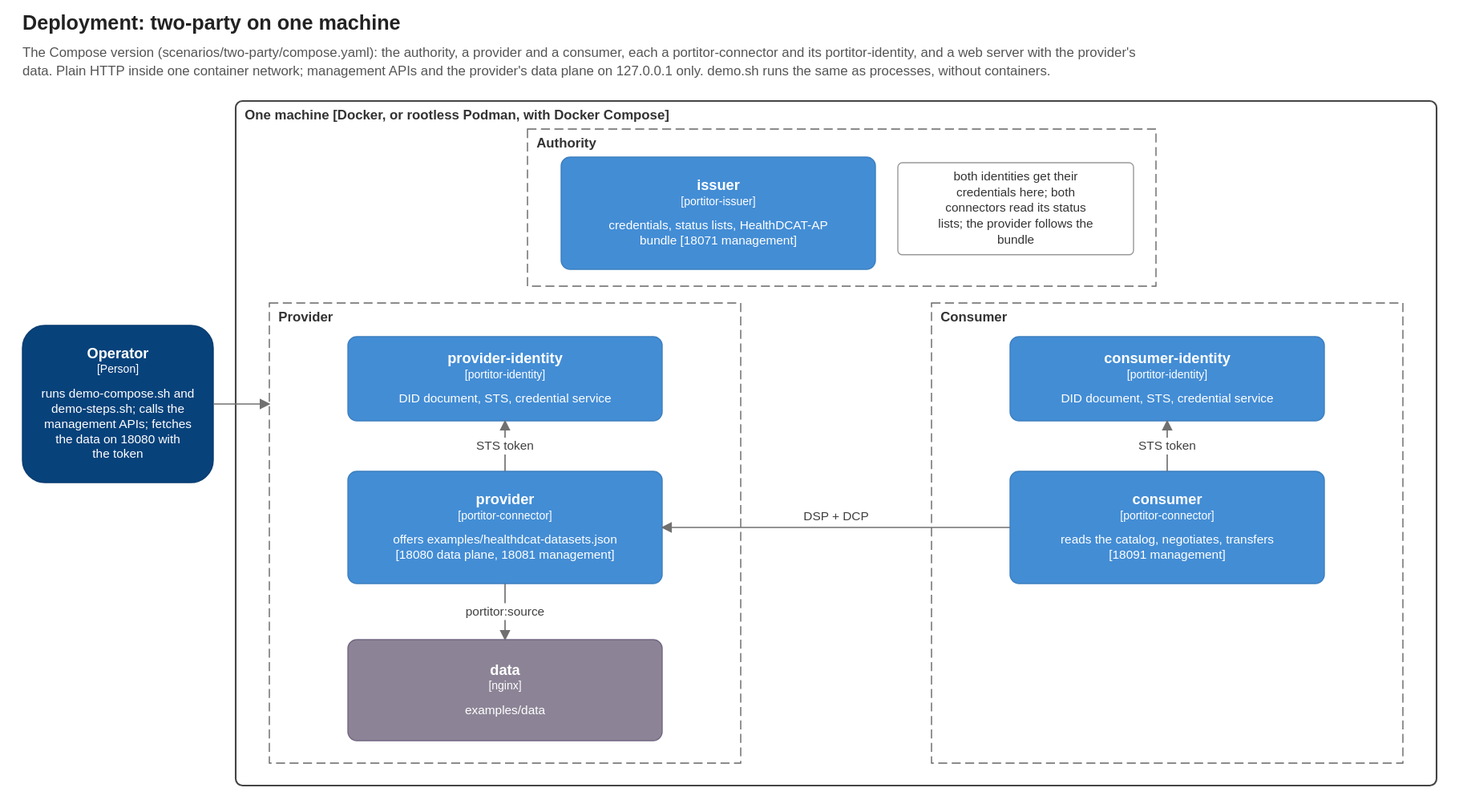
The draw.io diagram scenarios/two-party/diagrams/deployment.drawio.svg in brunopacheco1/portitor, before a commit. Source tidied: cells renumbered, new cells last; positions are measured from the earlier drawing's top-left corner, leaving out a move shared by most shapes. Its diagram source:
```xml
<mxGraphModel background="#FFFFFF">
  <root>
    <mxCell id="0" />
    <mxCell id="1" parent="0" />
    <mxCell id="2" value="Deployment: two-party on one machine" style="text;html=1;align=left;verticalAlign=middle;fontSize=18;fontStyle=1;fontColor=#222222;whiteSpace=wrap;" parent="1" vertex="1">
      <mxGeometry width="1260" height="24" as="geometry" />
    </mxCell>
    <mxCell id="3" value="The Compose version (scenarios/two-party/compose.yaml): the authority, a provider and a consumer, each a portitor-connector and its portitor-identity, and a web server with the provider's data. Plain HTTP inside one container network; management APIs and the provider's data plane on 127.0.0.1 only. demo.sh runs the same as processes, without containers." style="text;html=1;align=left;verticalAlign=top;fontSize=12;fontStyle=0;fontColor=#555555;whiteSpace=wrap;" parent="1" vertex="1">
      <mxGeometry y="28" width="1260" height="36" as="geometry" />
    </mxCell>
    <mxCell id="4" value="&lt;b&gt;Operator&lt;/b&gt;&lt;br&gt;&lt;font style=&quot;font-size:10px&quot;&gt;[Person]&lt;/font&gt;&lt;br&gt;&lt;br&gt;&lt;font style=&quot;font-size:11px&quot;&gt;runs demo-compose.sh and demo-steps.sh; calls the management APIs; fetches the data on 18080 with the token&lt;/font&gt;" style="rounded=1;arcSize=30;whiteSpace=wrap;html=1;fillColor=#08427B;strokeColor=#073B6F;fontColor=#FFFFFF;fontSize=13;align=center;verticalAlign=middle;c4Kind=person;c4Name=Operator;" parent="1" vertex="1">
      <mxGeometry y="280" width="170" height="140" as="geometry" />
    </mxCell>
    <mxCell id="5" value="One machine  [Docker, or rootless Podman, with Docker Compose]" style="rounded=1;arcSize=2;whiteSpace=wrap;html=1;fillColor=none;dashed=0;strokeColor=#444444;strokeWidth=1.5;fontColor=#333333;align=left;verticalAlign=top;spacingLeft=8;spacingTop=4;fontSize=12;fontStyle=1;" parent="1" vertex="1">
      <mxGeometry x="190" y="80" width="1070" height="610" as="geometry" />
    </mxCell>
    <mxCell id="6" value="Authority" style="rounded=0;whiteSpace=wrap;html=1;fillColor=none;dashed=1;dashPattern=8 4;strokeColor=#666666;fontColor=#333333;align=left;verticalAlign=top;spacingLeft=8;spacingTop=4;fontSize=12;fontStyle=1;" parent="1" vertex="1">
      <mxGeometry x="450" y="105" width="560" height="140" as="geometry" />
    </mxCell>
    <mxCell id="7" value="&lt;b&gt;issuer&lt;/b&gt;&lt;br&gt;&lt;font style=&quot;font-size:10px&quot;&gt;[portitor-issuer]&lt;/font&gt;&lt;br&gt;&lt;br&gt;&lt;font style=&quot;font-size:11px&quot;&gt;credentials, status lists, HealthDCAT-AP bundle  [18071 management]&lt;/font&gt;" style="rounded=1;arcSize=8;whiteSpace=wrap;html=1;fillColor=#438DD5;strokeColor=#3C7FC0;fontColor=#FFFFFF;fontSize=13;align=center;verticalAlign=middle;c4Kind=container;c4Name=issuer;" parent="1" vertex="1">
      <mxGeometry x="480" y="130" width="280" height="100" as="geometry" />
    </mxCell>
    <mxCell id="8" value="both identities get their credentials here; both connectors read its status lists; the provider follows the bundle" style="rounded=1;arcSize=4;whiteSpace=wrap;html=1;fillColor=#FFFFFF;strokeColor=#999999;fontColor=#333333;fontSize=11;align=center;verticalAlign=middle;c4Kind=note;c4Name=both identities get their credentials here; both connectors read its status lists; the provider follows the bundle;" parent="1" vertex="1">
      <mxGeometry x="780" y="135" width="210" height="82" as="geometry" />
    </mxCell>
    <mxCell id="9" value="Provider" style="rounded=0;whiteSpace=wrap;html=1;fillColor=none;dashed=1;dashPattern=8 4;strokeColor=#666666;fontColor=#333333;align=left;verticalAlign=top;spacingLeft=8;spacingTop=4;fontSize=12;fontStyle=1;" parent="1" vertex="1">
      <mxGeometry x="220" y="260" width="420" height="410" as="geometry" />
    </mxCell>
    <mxCell id="10" value="&lt;b&gt;provider-identity&lt;/b&gt;&lt;br&gt;&lt;font style=&quot;font-size:10px&quot;&gt;[portitor-identity]&lt;/font&gt;&lt;br&gt;&lt;br&gt;&lt;font style=&quot;font-size:11px&quot;&gt;DID document, STS, credential service&lt;/font&gt;" style="rounded=1;arcSize=8;whiteSpace=wrap;html=1;fillColor=#438DD5;strokeColor=#3C7FC0;fontColor=#FFFFFF;fontSize=13;align=center;verticalAlign=middle;c4Kind=container;c4Name=provider-identity;" parent="1" vertex="1">
      <mxGeometry x="290" y="290" width="280" height="75" as="geometry" />
    </mxCell>
    <mxCell id="11" value="&lt;b&gt;provider&lt;/b&gt;&lt;br&gt;&lt;font style=&quot;font-size:10px&quot;&gt;[portitor-connector]&lt;/font&gt;&lt;br&gt;&lt;br&gt;&lt;font style=&quot;font-size:11px&quot;&gt;offers examples/healthdcat-datasets.json  [18080 data plane, 18081 management]&lt;/font&gt;" style="rounded=1;arcSize=8;whiteSpace=wrap;html=1;fillColor=#438DD5;strokeColor=#3C7FC0;fontColor=#FFFFFF;fontSize=13;align=center;verticalAlign=middle;c4Kind=container;c4Name=provider;" parent="1" vertex="1">
      <mxGeometry x="290" y="410" width="280" height="100" as="geometry" />
    </mxCell>
    <mxCell id="12" value="STS token" style="endArrow=blockThin;endFill=1;html=1;rounded=0;strokeColor=#707070;fontSize=11;fontColor=#404040;labelBackgroundColor=#FFFFFF;" parent="1" edge="1">
      <mxGeometry relative="1" as="geometry">
        <mxPoint x="430" y="410" as="sourcePoint" />
        <mxPoint x="430" y="365" as="targetPoint" />
      </mxGeometry>
    </mxCell>
    <mxCell id="13" value="Consumer" style="rounded=0;whiteSpace=wrap;html=1;fillColor=none;dashed=1;dashPattern=8 4;strokeColor=#666666;fontColor=#333333;align=left;verticalAlign=top;spacingLeft=8;spacingTop=4;fontSize=12;fontStyle=1;" parent="1" vertex="1">
      <mxGeometry x="810" y="260" width="420" height="410" as="geometry" />
    </mxCell>
    <mxCell id="14" value="&lt;b&gt;consumer-identity&lt;/b&gt;&lt;br&gt;&lt;font style=&quot;font-size:10px&quot;&gt;[portitor-identity]&lt;/font&gt;&lt;br&gt;&lt;br&gt;&lt;font style=&quot;font-size:11px&quot;&gt;DID document, STS, credential service&lt;/font&gt;" style="rounded=1;arcSize=8;whiteSpace=wrap;html=1;fillColor=#438DD5;strokeColor=#3C7FC0;fontColor=#FFFFFF;fontSize=13;align=center;verticalAlign=middle;c4Kind=container;c4Name=consumer-identity;" parent="1" vertex="1">
      <mxGeometry x="880" y="290" width="280" height="75" as="geometry" />
    </mxCell>
    <mxCell id="15" value="&lt;b&gt;consumer&lt;/b&gt;&lt;br&gt;&lt;font style=&quot;font-size:10px&quot;&gt;[portitor-connector]&lt;/font&gt;&lt;br&gt;&lt;br&gt;&lt;font style=&quot;font-size:11px&quot;&gt;reads the catalog, negotiates, transfers  [18091 management]&lt;/font&gt;" style="rounded=1;arcSize=8;whiteSpace=wrap;html=1;fillColor=#438DD5;strokeColor=#3C7FC0;fontColor=#FFFFFF;fontSize=13;align=center;verticalAlign=middle;c4Kind=container;c4Name=consumer;" parent="1" vertex="1">
      <mxGeometry x="880" y="410" width="280" height="100" as="geometry" />
    </mxCell>
    <mxCell id="16" value="STS token" style="endArrow=blockThin;endFill=1;html=1;rounded=0;strokeColor=#707070;fontSize=11;fontColor=#404040;labelBackgroundColor=#FFFFFF;" parent="1" edge="1">
      <mxGeometry relative="1" as="geometry">
        <mxPoint x="1020" y="410" as="sourcePoint" />
        <mxPoint x="1020" y="365" as="targetPoint" />
      </mxGeometry>
    </mxCell>
    <mxCell id="17" value="&lt;b&gt;data&lt;/b&gt;&lt;br&gt;&lt;font style=&quot;font-size:10px&quot;&gt;[nginx]&lt;/font&gt;&lt;br&gt;&lt;br&gt;&lt;font style=&quot;font-size:11px&quot;&gt;examples/data&lt;/font&gt;" style="rounded=1;arcSize=8;whiteSpace=wrap;html=1;fillColor=#8C8496;strokeColor=#736782;fontColor=#FFFFFF;fontSize=13;align=center;verticalAlign=middle;c4Kind=external;c4Name=data;" parent="1" vertex="1">
      <mxGeometry x="290" y="560" width="280" height="90" as="geometry" />
    </mxCell>
    <mxCell id="18" value="portitor:source" style="endArrow=blockThin;endFill=1;html=1;rounded=0;strokeColor=#707070;fontSize=11;fontColor=#404040;labelBackgroundColor=#FFFFFF;" parent="1" edge="1">
      <mxGeometry relative="1" as="geometry">
        <mxPoint x="430" y="510" as="sourcePoint" />
        <mxPoint x="430" y="560" as="targetPoint" />
      </mxGeometry>
    </mxCell>
    <mxCell id="19" value="DSP + DCP" style="endArrow=blockThin;endFill=1;html=1;rounded=0;strokeColor=#707070;fontSize=11;fontColor=#404040;labelBackgroundColor=#FFFFFF;" parent="1" edge="1">
      <mxGeometry relative="1" as="geometry">
        <mxPoint x="880" y="460" as="sourcePoint" />
        <mxPoint x="570" y="460" as="targetPoint" />
      </mxGeometry>
    </mxCell>
    <mxCell id="20" style="endArrow=blockThin;endFill=1;html=1;rounded=0;strokeColor=#707070;fontSize=11;fontColor=#404040;labelBackgroundColor=#FFFFFF;" parent="1" edge="1">
      <mxGeometry relative="1" as="geometry">
        <mxPoint x="170" y="350" as="sourcePoint" />
        <mxPoint x="220" y="350" as="targetPoint" />
      </mxGeometry>
    </mxCell>
  </root>
</mxGraphModel>
```
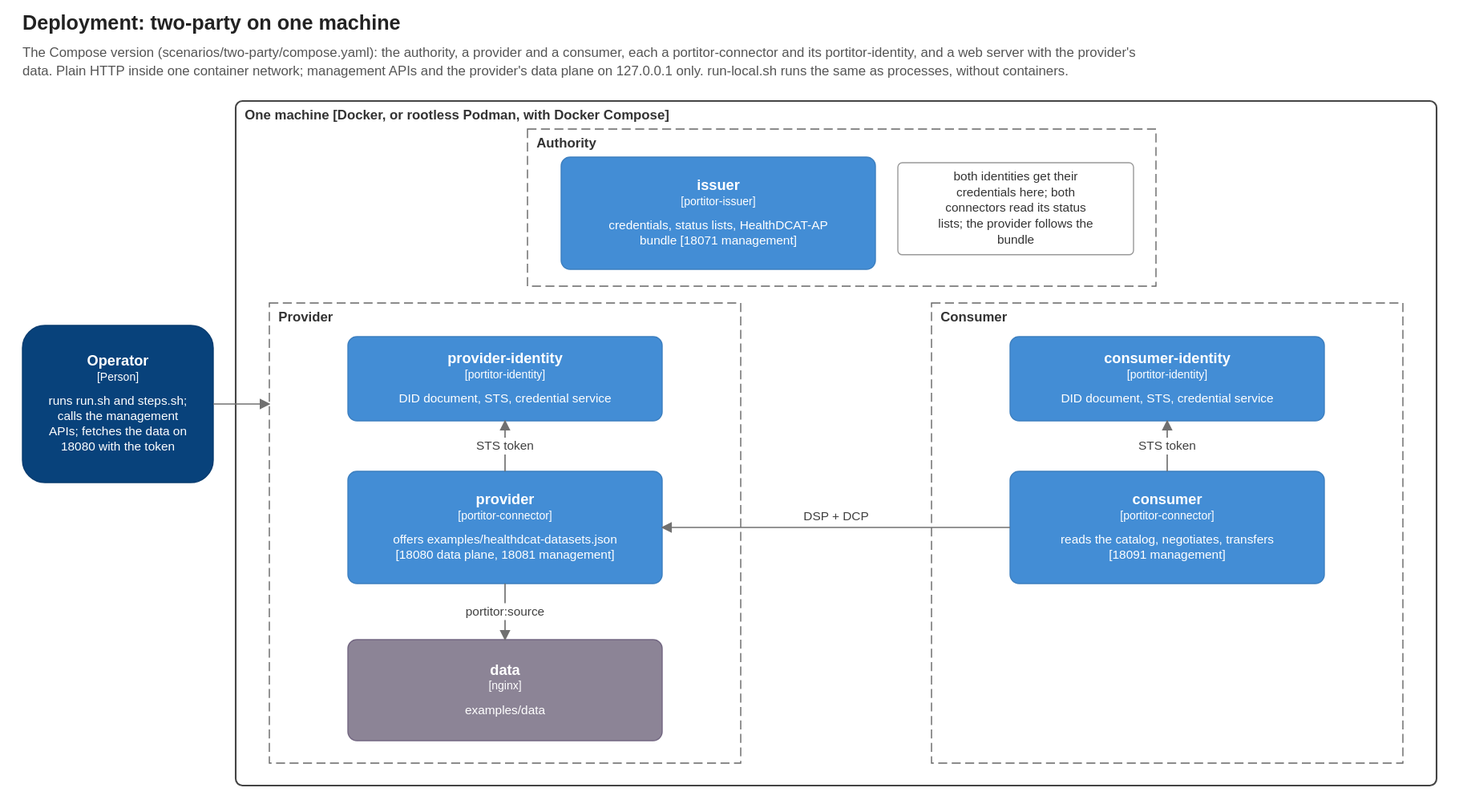
The same diagram one commit later.

The edit, as a diff of the source:
```diff
@@ -5,10 +5,10 @@
     <mxCell id="2" value="Deployment: two-party on one machine" style="text;html=1;align=left;verticalAlign=middle;fontSize=18;fontStyle=1;fontColor=#222222;whiteSpace=wrap;" parent="1" vertex="1">
       <mxGeometry width="1260" height="24" as="geometry" />
     </mxCell>
-    <mxCell id="3" value="The Compose version (scenarios/two-party/compose.yaml): the authority, a provider and a consumer, each a portitor-connector and its portitor-identity, and a web server with the provider's data. Plain HTTP inside one container network; management APIs and the provider's data plane on 127.0.0.1 only. demo.sh runs the same as processes, without containers." style="text;html=1;align=left;verticalAlign=top;fontSize=12;fontStyle=0;fontColor=#555555;whiteSpace=wrap;" parent="1" vertex="1">
+    <mxCell id="3" value="The Compose version (scenarios/two-party/compose.yaml): the authority, a provider and a consumer, each a portitor-connector and its portitor-identity, and a web server with the provider's data. Plain HTTP inside one container network; management APIs and the provider's data plane on 127.0.0.1 only. run-local.sh runs the same as processes, without containers." style="text;html=1;align=left;verticalAlign=top;fontSize=12;fontStyle=0;fontColor=#555555;whiteSpace=wrap;" parent="1" vertex="1">
       <mxGeometry y="28" width="1260" height="36" as="geometry" />
     </mxCell>
-    <mxCell id="4" value="&lt;b&gt;Operator&lt;/b&gt;&lt;br&gt;&lt;font style=&quot;font-size:10px&quot;&gt;[Person]&lt;/font&gt;&lt;br&gt;&lt;br&gt;&lt;font style=&quot;font-size:11px&quot;&gt;runs demo-compose.sh and demo-steps.sh; calls the management APIs; fetches the data on 18080 with the token&lt;/font&gt;" style="rounded=1;arcSize=30;whiteSpace=wrap;html=1;fillColor=#08427B;strokeColor=#073B6F;fontColor=#FFFFFF;fontSize=13;align=center;verticalAlign=middle;c4Kind=person;c4Name=Operator;" parent="1" vertex="1">
+    <mxCell id="4" value="&lt;b&gt;Operator&lt;/b&gt;&lt;br&gt;&lt;font style=&quot;font-size:10px&quot;&gt;[Person]&lt;/font&gt;&lt;br&gt;&lt;br&gt;&lt;font style=&quot;font-size:11px&quot;&gt;runs run.sh and steps.sh; calls the management APIs; fetches the data on 18080 with the token&lt;/font&gt;" style="rounded=1;arcSize=30;whiteSpace=wrap;html=1;fillColor=#08427B;strokeColor=#073B6F;fontColor=#FFFFFF;fontSize=13;align=center;verticalAlign=middle;c4Kind=person;c4Name=Operator;" parent="1" vertex="1">
       <mxGeometry y="280" width="170" height="140" as="geometry" />
     </mxCell>
     <mxCell id="5" value="One machine  [Docker, or rootless Podman, with Docker Compose]" style="rounded=1;arcSize=2;whiteSpace=wrap;html=1;fillColor=none;dashed=0;strokeColor=#444444;strokeWidth=1.5;fontColor=#333333;align=left;verticalAlign=top;spacingLeft=8;spacingTop=4;fontSize=12;fontStyle=1;" parent="1" vertex="1">
```
